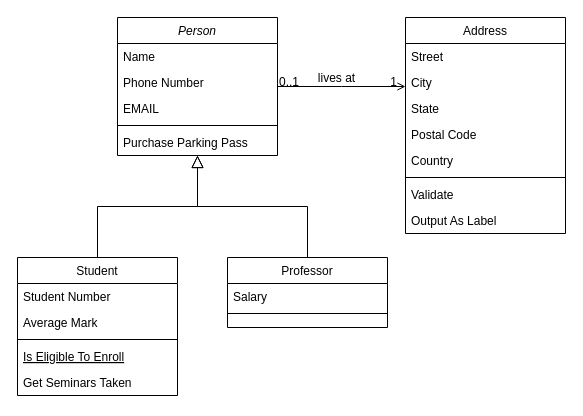
AlecrimLunar/Banco-de-dados-Livraria keeps this draw.io diagram as Documentação/UML_Primeira_Parte.drawio. Above is the earlier version. Source tidied: cells renumbered, new cells numbered last; positions are measured from the earlier drawing's top-left corner, leaving out a move shared by most shapes. Both pictures are drawn from the tidied source at 100%, with x=0, y=0 at pixel (17, 17).
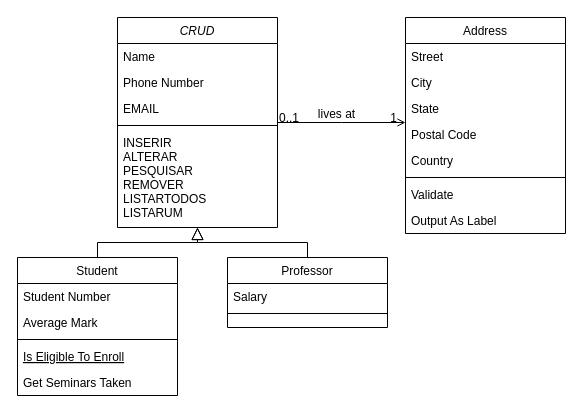
After the change.

The edit, as a diff of the source:
```diff
@@
-    <mxCell id="2" value="Person" style="swimlane;fontStyle=2;align=center;verticalAlign=top;horizontal=1;startSize=26;rounded=0;shadow=0;strokeWidth=1;" parent="1" vertex="1">
-      <mxGeometry x="100" width="160" height="138" as="geometry" />
+    <mxCell id="2" value="CRUD" style="swimlane;fontStyle=2;align=center;verticalAlign=top;horizontal=1;startSize=26;rounded=0;shadow=0;strokeWidth=1;" parent="1" vertex="1">
+      <mxGeometry x="100" width="160" height="210" as="geometry" />
     </mxCell>
@@
-    <mxCell id="7" value="Purchase Parking Pass" style="text;align=left;verticalAlign=top;spacingLeft=4;spacingRight=4;overflow=hidden;" parent="2" vertex="1">
-      <mxGeometry y="112" width="160" height="26" as="geometry" />
+    <mxCell id="7" value="INSERIR&#10;ALTERAR&#10;PESQUISAR&#10;REMOVER&#10;LISTARTODOS&#10;LISTARUM" style="text;align=left;verticalAlign=top;spacingLeft=4;spacingRight=4;overflow=hidden;" parent="2" vertex="1">
+      <mxGeometry y="112" width="160" height="98" as="geometry" />
     </mxCell>
```
